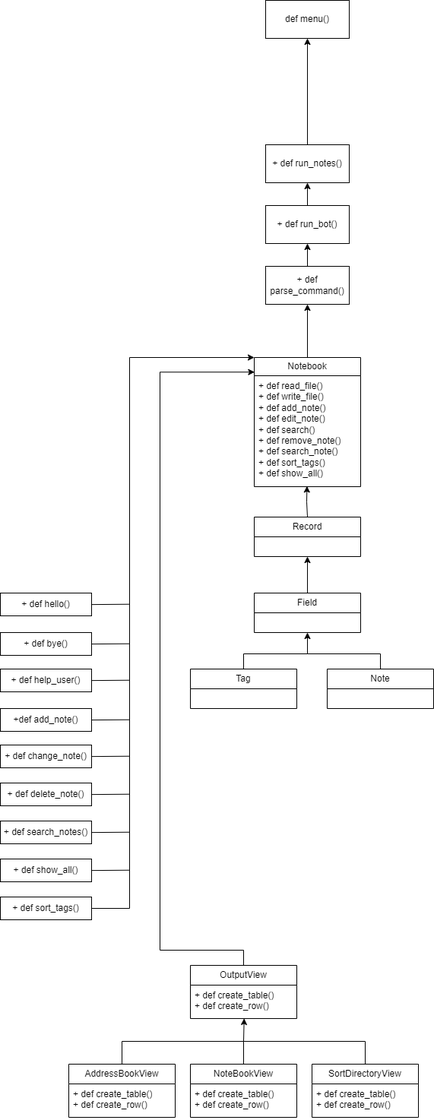
dragomar14/WEB-HW-01 keeps this draw.io diagram as Untitled Diagram.drawio.png. Above is the earlier version. Source tidied: cells renumbered, new cells last; positions are measured from the earlier drawing's top-left corner, leaving out a move shared by most shapes.
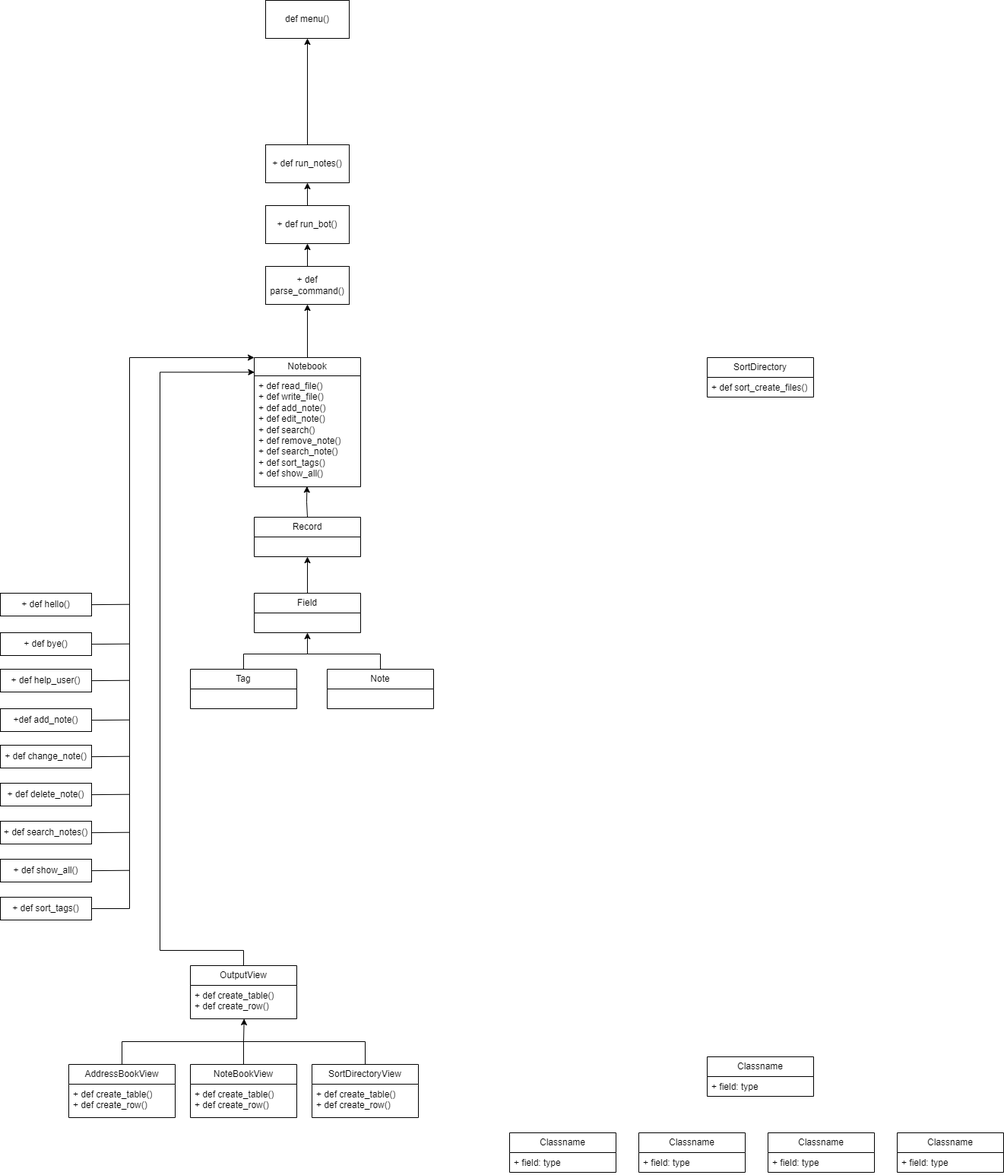
The same file after the commit.

Diff of the diagram source:
```diff
@@ -207,5 +207,41 @@
         </Array>
       </mxGeometry>
     </mxCell>
+    <mxCell id="50" value="Classname" style="swimlane;fontStyle=0;horizontal=1;startSize=26;fillColor=none;whiteSpace=wrap;html=1;" parent="1" vertex="1">
+      <mxGeometry x="670" y="1490" width="140" height="52" as="geometry" />
+    </mxCell>
+    <mxCell id="51" value="+ field: type" style="text;strokeColor=none;fillColor=none;align=left;verticalAlign=top;spacingLeft=4;spacingRight=4;overflow=hidden;whiteSpace=wrap;html=1;" parent="50" vertex="1">
+      <mxGeometry y="26" width="140" height="26" as="geometry" />
+    </mxCell>
+    <mxCell id="52" value="Classname" style="swimlane;fontStyle=0;horizontal=1;startSize=26;fillColor=none;whiteSpace=wrap;html=1;" parent="1" vertex="1">
+      <mxGeometry x="840" y="1490" width="140" height="52" as="geometry" />
+    </mxCell>
+    <mxCell id="53" value="+ field: type" style="text;strokeColor=none;fillColor=none;align=left;verticalAlign=top;spacingLeft=4;spacingRight=4;overflow=hidden;whiteSpace=wrap;html=1;" parent="52" vertex="1">
+      <mxGeometry y="26" width="140" height="26" as="geometry" />
+    </mxCell>
+    <mxCell id="54" value="Classname" style="swimlane;fontStyle=0;horizontal=1;startSize=26;fillColor=none;whiteSpace=wrap;html=1;" parent="1" vertex="1">
+      <mxGeometry x="1010" y="1490" width="140" height="52" as="geometry" />
+    </mxCell>
+    <mxCell id="55" value="+ field: type" style="text;strokeColor=none;fillColor=none;align=left;verticalAlign=top;spacingLeft=4;spacingRight=4;overflow=hidden;whiteSpace=wrap;html=1;" parent="54" vertex="1">
+      <mxGeometry y="26" width="140" height="26" as="geometry" />
+    </mxCell>
+    <mxCell id="56" value="Classname" style="swimlane;fontStyle=0;horizontal=1;startSize=26;fillColor=none;whiteSpace=wrap;html=1;" parent="1" vertex="1">
+      <mxGeometry x="1180" y="1490" width="140" height="52" as="geometry" />
+    </mxCell>
+    <mxCell id="57" value="+ field: type" style="text;strokeColor=none;fillColor=none;align=left;verticalAlign=top;spacingLeft=4;spacingRight=4;overflow=hidden;whiteSpace=wrap;html=1;" parent="56" vertex="1">
+      <mxGeometry y="26" width="140" height="26" as="geometry" />
+    </mxCell>
+    <mxCell id="58" value="Classname" style="swimlane;fontStyle=0;horizontal=1;startSize=26;fillColor=none;whiteSpace=wrap;html=1;" parent="1" vertex="1">
+      <mxGeometry x="930" y="1390" width="140" height="52" as="geometry" />
+    </mxCell>
+    <mxCell id="59" value="+ field: type" style="text;strokeColor=none;fillColor=none;align=left;verticalAlign=top;spacingLeft=4;spacingRight=4;overflow=hidden;whiteSpace=wrap;html=1;" parent="58" vertex="1">
+      <mxGeometry y="26" width="140" height="26" as="geometry" />
+    </mxCell>
+    <mxCell id="60" value="SortDirectory" style="swimlane;fontStyle=0;horizontal=1;startSize=26;fillColor=none;whiteSpace=wrap;html=1;" parent="1" vertex="1">
+      <mxGeometry x="930" y="470" width="140" height="52" as="geometry" />
+    </mxCell>
+    <mxCell id="61" value="+ def sort_create_files()" style="text;strokeColor=none;fillColor=none;align=left;verticalAlign=top;spacingLeft=4;spacingRight=4;overflow=hidden;whiteSpace=wrap;html=1;" parent="60" vertex="1">
+      <mxGeometry y="26" width="140" height="26" as="geometry" />
+    </mxCell>
   </root>
 </mxGraphModel>
```
